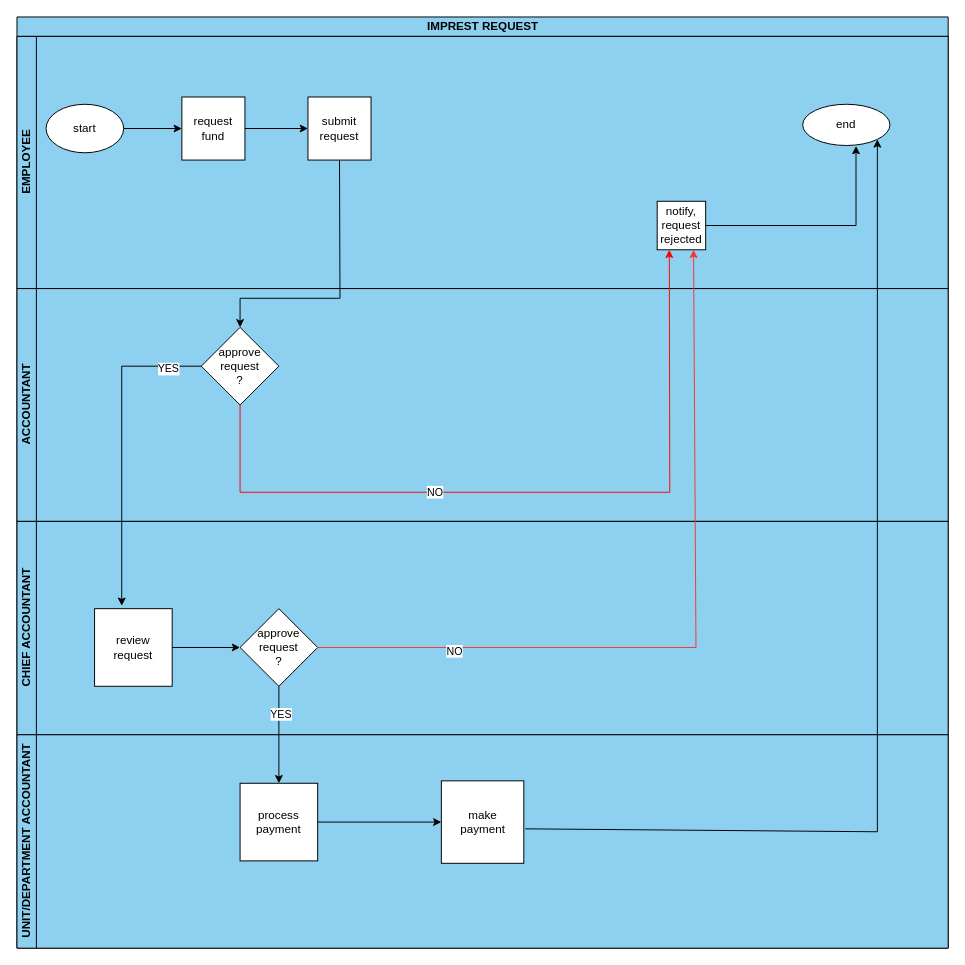
Above: wajibika/imprest-request.drawio in MbalamulaS/tech-diagrams (draw.io), before the change. Source tidied: cells renumbered, new cells numbered last; positions are measured from the earlier drawing's top-left corner, leaving out a move shared by most shapes. Both pictures are drawn from the tidied source at 97%, with x=0, y=0 at pixel (16, 16).
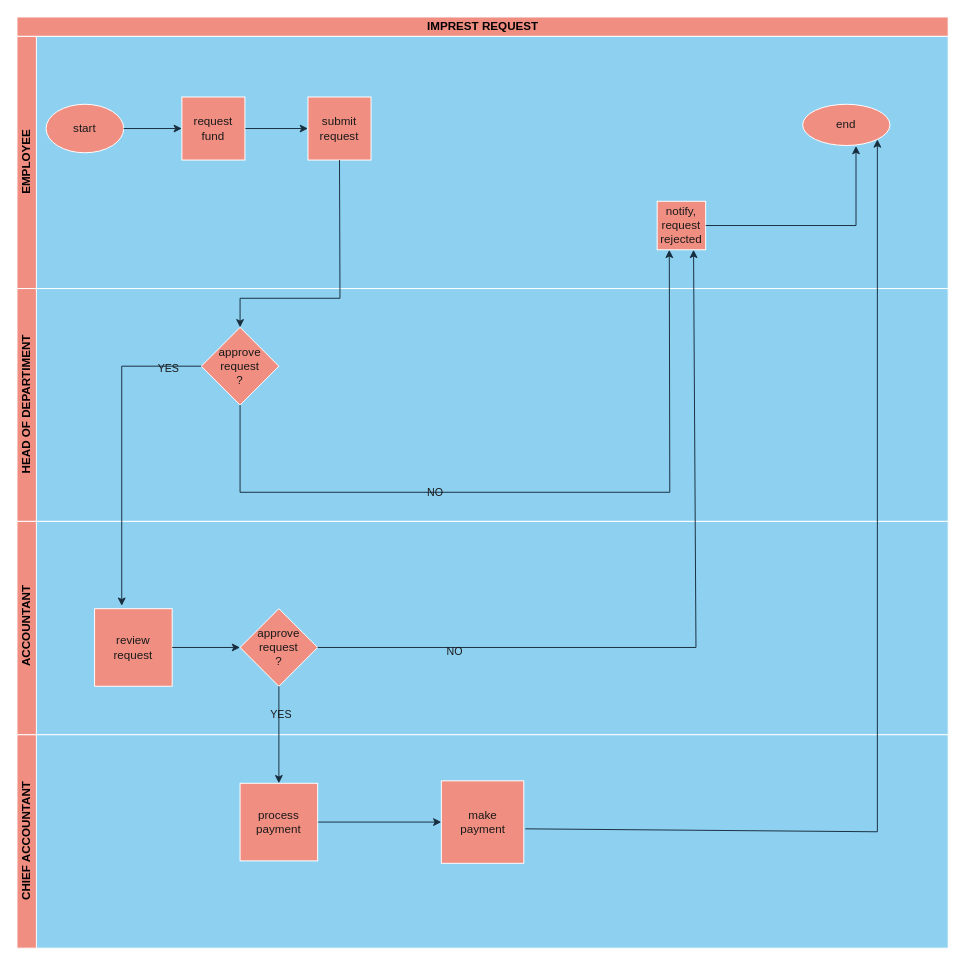
The same page after the edit.

What changed in the source:
```diff
@@
-    <mxCell id="2" value="IMPREST REQUEST" style="swimlane;horizontal=1;startSize=20;html=1;fillColor=#8ED0F0;" parent="1" vertex="1">
+    <mxCell id="2" value="&lt;font color=&quot;#000000&quot;&gt;IMPREST REQUEST&lt;/font&gt;" style="swimlane;horizontal=1;startSize=20;html=1;fillColor=#F08E81;labelBackgroundColor=none;strokeColor=#FFFFFF;fontColor=#1A1A1A;" parent="1" vertex="1">
       <mxGeometry width="960" height="960" as="geometry" />
     </mxCell>
-    <mxCell id="3" value="EMPLOYEE" style="swimlane;startSize=20;horizontal=0;html=1;swimlaneFillColor=#8ed0f0;fillColor=#8ED0F0;" parent="2" vertex="1">
+    <mxCell id="3" value="&lt;font color=&quot;#000000&quot;&gt;EMPLOYEE&lt;/font&gt;" style="swimlane;startSize=20;horizontal=0;html=1;swimlaneFillColor=#8ed0f0;fillColor=#F08E81;labelBackgroundColor=none;strokeColor=#FFFFFF;fontColor=#1A1A1A;" parent="2" vertex="1">
       <mxGeometry y="20" width="960" height="260" as="geometry" />
     </mxCell>
-    <mxCell id="4" value="start" style="ellipse;whiteSpace=wrap;html=1;" parent="3" vertex="1">
+    <mxCell id="4" value="start" style="ellipse;whiteSpace=wrap;html=1;fillColor=#F08E81;fontColor=#1A1A1A;strokeColor=#FFFFFF;labelBackgroundColor=none;" parent="3" vertex="1">
       <mxGeometry x="30" y="70" width="80" height="50" as="geometry" />
     </mxCell>
-    <mxCell id="5" style="edgeStyle=orthogonalEdgeStyle;rounded=0;jettySize=auto;html=1;" parent="3" edge="1" source="6" target="7">
+    <mxCell id="5" style="edgeStyle=orthogonalEdgeStyle;rounded=0;jettySize=auto;html=1;labelBackgroundColor=none;strokeColor=#182E3E;fontColor=default;" parent="3" edge="1" source="6" target="7">
       <mxGeometry relative="1" as="geometry" />
     </mxCell>
-    <mxCell id="6" value="&lt;div&gt;request &lt;br&gt;&lt;/div&gt;&lt;div&gt;fund&lt;br&gt;&lt;/div&gt;" style="whiteSpace=wrap;html=1;" parent="3" vertex="1">
+    <mxCell id="6" value="&lt;div&gt;request &lt;br&gt;&lt;/div&gt;&lt;div&gt;fund&lt;br&gt;&lt;/div&gt;" style="whiteSpace=wrap;html=1;fillColor=#F08E81;fontColor=#1A1A1A;strokeColor=#FFFFFF;labelBackgroundColor=none;" parent="3" vertex="1">
       <mxGeometry x="170" y="62.5" width="65" height="65" as="geometry" />
     </mxCell>
-    <mxCell id="7" value="&lt;div&gt;submit&lt;/div&gt;&lt;div&gt;request&lt;br&gt;&lt;/div&gt;" style="whiteSpace=wrap;html=1;" parent="3" vertex="1">
+    <mxCell id="7" value="&lt;div&gt;submit&lt;/div&gt;&lt;div&gt;request&lt;br&gt;&lt;/div&gt;" style="whiteSpace=wrap;html=1;fillColor=#F08E81;fontColor=#1A1A1A;strokeColor=#FFFFFF;labelBackgroundColor=none;" parent="3" vertex="1">
       <mxGeometry x="300" y="62.5" width="65" height="65" as="geometry" />
     </mxCell>
-    <mxCell id="8" style="endArrow=classic;html=1;rounded=0;exitX=1;exitY=0.5;exitDx=0;exitDy=0;entryX=0;entryY=0.5;entryDx=0;entryDy=0;" parent="3" edge="1" source="4" target="6">
+    <mxCell id="8" style="endArrow=classic;html=1;rounded=0;exitX=1;exitY=0.5;exitDx=0;exitDy=0;entryX=0;entryY=0.5;entryDx=0;entryDy=0;labelBackgroundColor=none;strokeColor=#182E3E;fontColor=default;" parent="3" edge="1" source="4" target="6">
       <mxGeometry relative="1" as="geometry" />
     </mxCell>
-    <mxCell id="9" value="end" style="ellipse;whiteSpace=wrap;html=1;" parent="3" vertex="1">
+    <mxCell id="9" value="end" style="ellipse;whiteSpace=wrap;html=1;fillColor=#F08E81;fontColor=#1A1A1A;strokeColor=#FFFFFF;labelBackgroundColor=none;" parent="3" vertex="1">
       <mxGeometry x="810" y="70" width="90" height="42.5" as="geometry" />
     </mxCell>
-    <mxCell id="10" value="&lt;div&gt;notify,&lt;/div&gt;&lt;div&gt;request&lt;/div&gt;&lt;div&gt;rejected&lt;br&gt;&lt;/div&gt;" style="whiteSpace=wrap;html=1;" parent="3" vertex="1">
+    <mxCell id="10" value="&lt;div&gt;notify,&lt;/div&gt;&lt;div&gt;request&lt;/div&gt;&lt;div&gt;rejected&lt;br&gt;&lt;/div&gt;" style="whiteSpace=wrap;html=1;fillColor=#F08E81;fontColor=#1A1A1A;strokeColor=#FFFFFF;labelBackgroundColor=none;" parent="3" vertex="1">
       <mxGeometry x="660" y="170" width="50" height="50" as="geometry" />
     </mxCell>
-    <mxCell id="11" style="endArrow=classic;html=1;rounded=0;exitX=1;exitY=0.5;exitDx=0;exitDy=0;entryX=0.611;entryY=1.012;entryDx=0;entryDy=0;entryPerimeter=0;" parent="3" edge="1" source="10" target="9">
+    <mxCell id="11" style="endArrow=classic;html=1;rounded=0;exitX=1;exitY=0.5;exitDx=0;exitDy=0;entryX=0.611;entryY=1.012;entryDx=0;entryDy=0;entryPerimeter=0;labelBackgroundColor=none;strokeColor=#182E3E;fontColor=default;" parent="3" edge="1" source="10" target="9">
       <mxGeometry relative="1" as="geometry">
         <Array as="points">
           <mxPoint x="865" y="195" />
         </Array>
       </mxGeometry>
     </mxCell>
-    <mxCell id="12" value="ACCOUNTANT" style="swimlane;startSize=20;horizontal=0;html=1;swimlaneFillColor=#8ed0f0;fillColor=#8ED0F0;" parent="2" vertex="1">
+    <mxCell id="12" value="&lt;font color=&quot;#000000&quot;&gt;HEAD OF DEPARTIMENT&lt;/font&gt;" style="swimlane;startSize=20;horizontal=0;html=1;swimlaneFillColor=#8ed0f0;fillColor=#F08E81;labelBackgroundColor=none;strokeColor=#FFFFFF;fontColor=#1A1A1A;" parent="2" vertex="1">
       <mxGeometry y="280" width="960" height="240" as="geometry" />
     </mxCell>
-    <mxCell id="13" value="&lt;div&gt;approve&lt;/div&gt;&lt;div&gt;request&lt;/div&gt;&lt;div&gt;?&lt;br&gt;&lt;/div&gt;" style="rhombus;whiteSpace=wrap;html=1;" parent="12" vertex="1">
+    <mxCell id="13" value="&lt;div&gt;approve&lt;/div&gt;&lt;div&gt;request&lt;/div&gt;&lt;div&gt;?&lt;br&gt;&lt;/div&gt;" style="rhombus;whiteSpace=wrap;html=1;fillColor=#F08E81;fontColor=#1A1A1A;strokeColor=#FFFFFF;labelBackgroundColor=none;" parent="12" vertex="1">
       <mxGeometry x="190" y="40" width="80" height="80" as="geometry" />
     </mxCell>
-    <mxCell id="14" value="CHIEF ACCOUNTANT" style="swimlane;startSize=20;horizontal=0;html=1;swimlaneFillColor=#8ed0f0;fillColor=#8ED0F0;" parent="2" vertex="1">
+    <mxCell id="14" value="&lt;font color=&quot;#000000&quot;&gt;&amp;nbsp;ACCOUNTANT&lt;/font&gt;" style="swimlane;startSize=20;horizontal=0;html=1;swimlaneFillColor=#8ed0f0;fillColor=#F08E81;labelBackgroundColor=none;strokeColor=#FFFFFF;fontColor=#1A1A1A;" parent="2" vertex="1">
       <mxGeometry y="520" width="960" height="220" as="geometry" />
     </mxCell>
-    <mxCell id="15" value="&lt;div&gt;approve&lt;/div&gt;&lt;div&gt;request&lt;/div&gt;&lt;div&gt;?&lt;br&gt;&lt;/div&gt;" style="rhombus;whiteSpace=wrap;html=1;" parent="14" vertex="1">
+    <mxCell id="15" value="&lt;div&gt;approve&lt;/div&gt;&lt;div&gt;request&lt;/div&gt;&lt;div&gt;?&lt;br&gt;&lt;/div&gt;" style="rhombus;whiteSpace=wrap;html=1;fillColor=#F08E81;fontColor=#1A1A1A;strokeColor=#FFFFFF;labelBackgroundColor=none;" parent="14" vertex="1">
       <mxGeometry x="230" y="90" width="80" height="80" as="geometry" />
     </mxCell>
-    <mxCell id="16" value="&lt;div&gt;review&lt;/div&gt;&lt;div&gt;request&lt;br&gt;&lt;/div&gt;" style="whiteSpace=wrap;html=1;" parent="14" vertex="1">
+    <mxCell id="16" value="&lt;div&gt;review&lt;/div&gt;&lt;div&gt;request&lt;br&gt;&lt;/div&gt;" style="whiteSpace=wrap;html=1;fillColor=#F08E81;fontColor=#1A1A1A;strokeColor=#FFFFFF;labelBackgroundColor=none;" parent="14" vertex="1">
       <mxGeometry x="80" y="90" width="80" height="80" as="geometry" />
     </mxCell>
-    <mxCell id="17" style="endArrow=classic;html=1;rounded=0;exitX=1;exitY=0.5;exitDx=0;exitDy=0;entryX=0;entryY=0.5;entryDx=0;entryDy=0;" parent="14" edge="1" source="16" target="15">
+    <mxCell id="17" style="endArrow=classic;html=1;rounded=0;exitX=1;exitY=0.5;exitDx=0;exitDy=0;entryX=0;entryY=0.5;entryDx=0;entryDy=0;labelBackgroundColor=none;strokeColor=#182E3E;fontColor=default;" parent="14" edge="1" source="16" target="15">
       <mxGeometry relative="1" as="geometry" />
     </mxCell>
-    <mxCell id="18" value="UNIT/DEPARTMENT ACCOUNTANT" style="swimlane;startSize=20;horizontal=0;html=1;swimlaneFillColor=#8ed0f0;fillColor=#8ED0F0;" parent="2" vertex="1">
+    <mxCell id="18" value="&lt;font color=&quot;#000000&quot;&gt;CHIEF ACCOUNTANT&lt;/font&gt;" style="swimlane;startSize=20;horizontal=0;html=1;swimlaneFillColor=#8ed0f0;fillColor=#F08E81;labelBackgroundColor=none;strokeColor=#FFFFFF;fontColor=#1A1A1A;" parent="2" vertex="1">
       <mxGeometry y="740" width="960" height="220" as="geometry" />
     </mxCell>
-    <mxCell id="19" style="edgeStyle=orthogonalEdgeStyle;rounded=0;jettySize=auto;html=1;" parent="18" edge="1" source="20" target="21">
+    <mxCell id="19" style="edgeStyle=orthogonalEdgeStyle;rounded=0;jettySize=auto;html=1;labelBackgroundColor=none;strokeColor=#182E3E;fontColor=default;" parent="18" edge="1" source="20" target="21">
       <mxGeometry relative="1" as="geometry" />
     </mxCell>
-    <mxCell id="20" value="&lt;div&gt;process&lt;/div&gt;&lt;div&gt;payment&lt;br&gt;&lt;/div&gt;" style="whiteSpace=wrap;html=1;" parent="18" vertex="1">
+    <mxCell id="20" value="&lt;div&gt;process&lt;/div&gt;&lt;div&gt;payment&lt;br&gt;&lt;/div&gt;" style="whiteSpace=wrap;html=1;fillColor=#F08E81;fontColor=#1A1A1A;strokeColor=#FFFFFF;labelBackgroundColor=none;" parent="18" vertex="1">
       <mxGeometry x="230" y="50" width="80" height="80" as="geometry" />
     </mxCell>
-    <mxCell id="21" value="&lt;div&gt;make&lt;br&gt;&lt;/div&gt;&lt;div&gt;payment&lt;br&gt;&lt;/div&gt;" style="whiteSpace=wrap;html=1;" parent="18" vertex="1">
+    <mxCell id="21" value="&lt;div&gt;make&lt;br&gt;&lt;/div&gt;&lt;div&gt;payment&lt;br&gt;&lt;/div&gt;" style="whiteSpace=wrap;html=1;fillColor=#F08E81;fontColor=#1A1A1A;strokeColor=#FFFFFF;labelBackgroundColor=none;" parent="18" vertex="1">
       <mxGeometry x="437.5" y="47.5" width="85" height="85" as="geometry" />
     </mxCell>
-    <mxCell id="22" style="endArrow=classic;html=1;rounded=0;exitX=0.5;exitY=1;exitDx=0;exitDy=0;entryX=0.5;entryY=0;entryDx=0;entryDy=0;" parent="2" edge="1" source="7" target="13">
+    <mxCell id="22" style="endArrow=classic;html=1;rounded=0;exitX=0.5;exitY=1;exitDx=0;exitDy=0;entryX=0.5;entryY=0;entryDx=0;entryDy=0;labelBackgroundColor=none;strokeColor=#182E3E;fontColor=default;" parent="2" edge="1" source="7" target="13">
       <mxGeometry relative="1" as="geometry">
         <Array as="points">
           <mxPoint x="333" y="290" />
           <mxPoint x="230" y="290" />
         </Array>
       </mxGeometry>
     </mxCell>
-    <mxCell id="23" style="endArrow=classic;html=1;rounded=0;exitX=0;exitY=0.5;exitDx=0;exitDy=0;entryX=0.35;entryY=-0.037;entryDx=0;entryDy=0;entryPerimeter=0;" parent="2" edge="1" source="13" target="16">
+    <mxCell id="23" style="endArrow=classic;html=1;rounded=0;exitX=0;exitY=0.5;exitDx=0;exitDy=0;entryX=0.35;entryY=-0.037;entryDx=0;entryDy=0;entryPerimeter=0;labelBackgroundColor=none;strokeColor=#182E3E;fontColor=default;" parent="2" edge="1" source="13" target="16">
       <mxGeometry relative="1" as="geometry">
         <Array as="points">
           <mxPoint x="108" y="360" />
         </Array>
       </mxGeometry>
     </mxCell>
-    <mxCell id="24" value="YES" style="edgeLabel;html=1;align=center;verticalAlign=middle;" parent="23" vertex="1">
+    <mxCell id="24" value="YES" style="edgeLabel;html=1;align=center;verticalAlign=middle;labelBackgroundColor=none;fontColor=#1A1A1A;" parent="23" vertex="1">
       <mxGeometry x="-0.79" y="2" relative="1" as="geometry" />
     </mxCell>
-    <mxCell id="25" style="endArrow=classic;html=1;rounded=0;exitX=1;exitY=0.5;exitDx=0;exitDy=0;entryX=0.75;entryY=1;entryDx=0;entryDy=0;strokeColor=#FF3333;" parent="2" edge="1" source="15" target="10">
+    <mxCell id="25" style="endArrow=classic;html=1;rounded=0;exitX=1;exitY=0.5;exitDx=0;exitDy=0;entryX=0.75;entryY=1;entryDx=0;entryDy=0;strokeColor=#182E3E;labelBackgroundColor=none;fontColor=default;" parent="2" edge="1" source="15" target="10">
       <mxGeometry relative="1" as="geometry">
         <Array as="points">
           <mxPoint x="700" y="650" />
         </Array>
       </mxGeometry>
     </mxCell>
-    <mxCell id="26" value="NO" style="edgeLabel;html=1;align=center;verticalAlign=middle;" parent="25" vertex="1">
+    <mxCell id="26" value="NO" style="edgeLabel;html=1;align=center;verticalAlign=middle;fontColor=#1A1A1A;labelBackgroundColor=none;" parent="25" vertex="1">
       <mxGeometry x="-0.65" y="-3" relative="1" as="geometry" />
     </mxCell>
-    <mxCell id="27" style="endArrow=classic;html=1;rounded=0;exitX=0.5;exitY=1;exitDx=0;exitDy=0;entryX=0.5;entryY=0;entryDx=0;entryDy=0;" parent="2" edge="1" source="15" target="20">
+    <mxCell id="27" style="endArrow=classic;html=1;rounded=0;exitX=0.5;exitY=1;exitDx=0;exitDy=0;entryX=0.5;entryY=0;entryDx=0;entryDy=0;labelBackgroundColor=none;strokeColor=#182E3E;fontColor=default;" parent="2" edge="1" source="15" target="20">
       <mxGeometry relative="1" as="geometry" />
     </mxCell>
-    <mxCell id="28" value="YES" style="edgeLabel;html=1;align=center;verticalAlign=middle;" parent="27" vertex="1">
+    <mxCell id="28" value="YES" style="edgeLabel;html=1;align=center;verticalAlign=middle;fontColor=#1A1A1A;labelBackgroundColor=none;" parent="27" vertex="1">
       <mxGeometry x="-0.44" y="1" relative="1" as="geometry" />
     </mxCell>
-    <mxCell id="29" style="endArrow=classic;html=1;rounded=0;exitX=0.5;exitY=1;exitDx=0;exitDy=0;strokeColor=#ff0000;entryX=0.25;entryY=1;entryDx=0;entryDy=0;" parent="2" edge="1" source="13" target="10">
+    <mxCell id="29" style="endArrow=classic;html=1;rounded=0;exitX=0.5;exitY=1;exitDx=0;exitDy=0;strokeColor=#182E3E;entryX=0.25;entryY=1;entryDx=0;entryDy=0;labelBackgroundColor=none;fontColor=default;" parent="2" edge="1" source="13" target="10">
       <mxGeometry relative="1" as="geometry">
         <Array as="points">
           <mxPoint x="230" y="490" />
           <mxPoint x="260" y="490" />
           <mxPoint x="673" y="490" />
         </Array>
       </mxGeometry>
     </mxCell>
-    <mxCell id="30" value="NO" style="edgeLabel;html=1;align=center;verticalAlign=middle;" parent="29" vertex="1">
+    <mxCell id="30" value="NO" style="edgeLabel;html=1;align=center;verticalAlign=middle;labelBackgroundColor=none;fontColor=#1A1A1A;" parent="29" vertex="1">
       <mxGeometry x="-0.26" y="1" relative="1" as="geometry" />
     </mxCell>
-    <mxCell id="31" style="endArrow=classic;html=1;rounded=0;exitX=1.018;exitY=0.582;exitDx=0;exitDy=0;exitPerimeter=0;entryX=1;entryY=1;entryDx=0;entryDy=0;" parent="2" edge="1" source="21" target="9">
+    <mxCell id="31" style="endArrow=classic;html=1;rounded=0;exitX=1.018;exitY=0.582;exitDx=0;exitDy=0;exitPerimeter=0;entryX=1;entryY=1;entryDx=0;entryDy=0;labelBackgroundColor=none;strokeColor=#182E3E;fontColor=default;" parent="2" edge="1" source="21" target="9">
       <mxGeometry relative="1" as="geometry">
         <Array as="points">
           <mxPoint x="887" y="840" />
         </Array>
       </mxGeometry>
     </mxCell>
```
